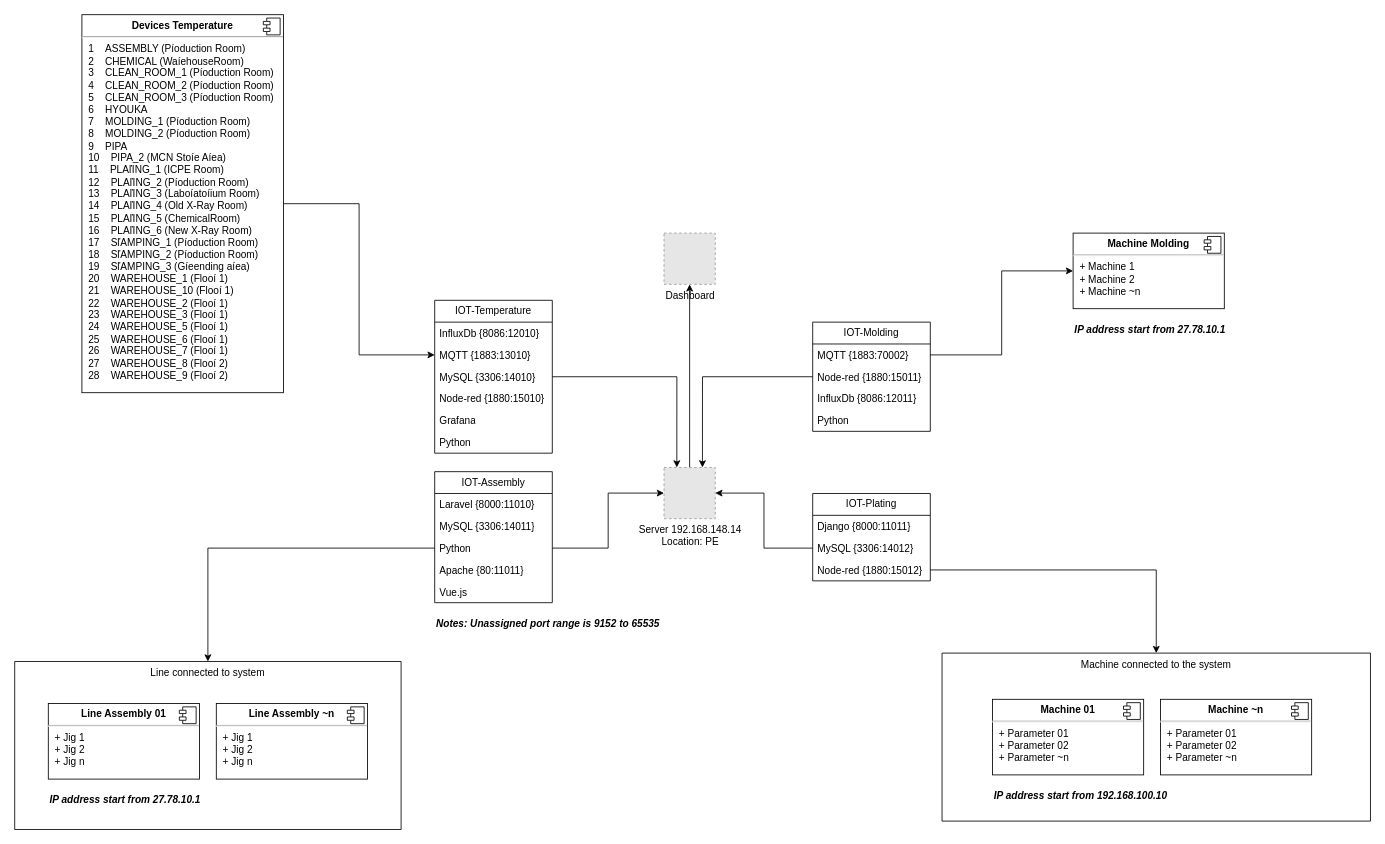
Before: structure_iot_v2.drawio in arizmuajianisan/flowchart, a draw.io diagram. Source tidied: cells renumbered, new cells numbered last; positions are measured from the earlier drawing's top-left corner, leaving out a move shared by most shapes. Both pictures are drawn from the tidied source at 84%, with x=0, y=0 at pixel (14, 14). Pictures stored in the file or linked from it are replaced by grey dashed boxes.
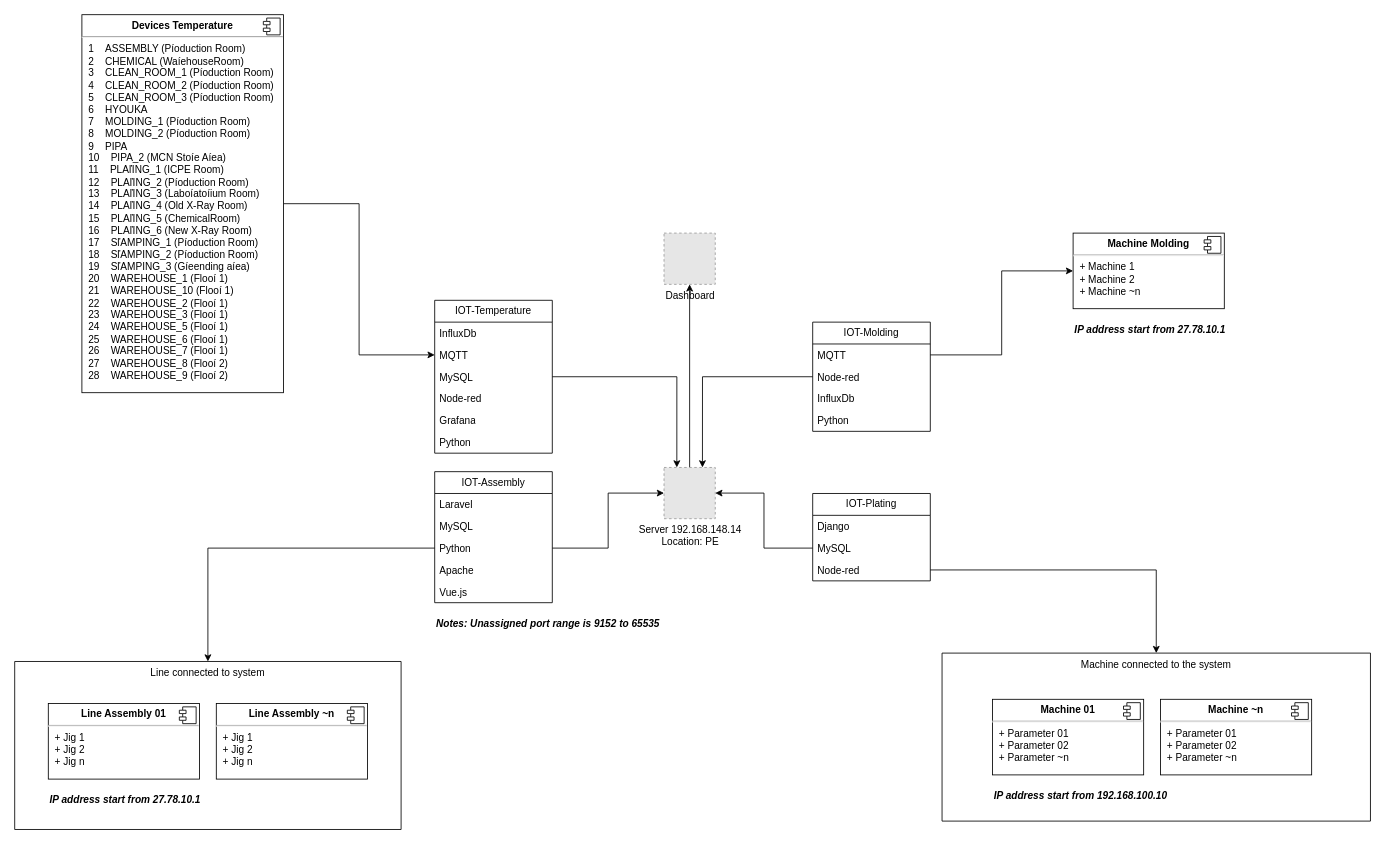
The same diagram, later.

Unchanged cells that the change refers to:
```xml
<mxCell id="2" value="IOT-Temperature" style="swimlane;fontStyle=0;horizontal=1;startSize=26;fillColor=none;whiteSpace=wrap;html=1;" parent="1" vertex="1">
  <mxGeometry x="500" y="340" width="140" height="182" as="geometry" />
</mxCell>
<mxCell id="9" value="IOT-Assembly" style="swimlane;fontStyle=0;horizontal=1;startSize=26;fillColor=none;whiteSpace=wrap;html=1;" parent="1" vertex="1">
  <mxGeometry x="500" y="544" width="140" height="156" as="geometry" />
</mxCell>
<mxCell id="15" value="IOT-Molding" style="swimlane;fontStyle=0;horizontal=1;startSize=26;fillColor=none;whiteSpace=wrap;html=1;" parent="1" vertex="1">
  <mxGeometry x="950" y="366" width="140" height="130" as="geometry" />
</mxCell>
<mxCell id="20" value="IOT-Plating" style="swimlane;fontStyle=0;horizontal=1;startSize=26;fillColor=none;whiteSpace=wrap;html=1;" parent="1" vertex="1">
  <mxGeometry x="950" y="570" width="140" height="104" as="geometry" />
</mxCell>
```

Change to the diagram source:
```diff
@@
-    <mxCell id="3" value="InfluxDb {8086:12010}" style="text;strokeColor=none;fillColor=none;align=left;verticalAlign=top;spacingLeft=4;spacingRight=4;overflow=hidden;whiteSpace=wrap;html=1;" parent="2" vertex="1">
+    <mxCell id="3" value="InfluxDb" style="text;strokeColor=none;fillColor=none;align=left;verticalAlign=top;spacingLeft=4;spacingRight=4;overflow=hidden;whiteSpace=wrap;html=1;" parent="2" vertex="1">
       <mxGeometry y="26" width="140" height="26" as="geometry" />
     </mxCell>
-    <mxCell id="4" value="MQTT {1883:13010}" style="text;strokeColor=none;fillColor=none;align=left;verticalAlign=top;spacingLeft=4;spacingRight=4;overflow=hidden;points=[[0,0.5],[1,0.5]];portConstraint=eastwest;whiteSpace=wrap;html=1;" parent="2" vertex="1">
+    <mxCell id="4" value="MQTT" style="text;strokeColor=none;fillColor=none;align=left;verticalAlign=top;spacingLeft=4;spacingRight=4;overflow=hidden;points=[[0,0.5],[1,0.5]];portConstraint=eastwest;whiteSpace=wrap;html=1;" parent="2" vertex="1">
       <mxGeometry y="52" width="140" height="26" as="geometry" />
     </mxCell>
-    <mxCell id="5" value="MySQL {3306:14010}" style="text;strokeColor=none;fillColor=none;align=left;verticalAlign=top;spacingLeft=4;spacingRight=4;overflow=hidden;points=[[0,0.5],[1,0.5]];portConstraint=eastwest;whiteSpace=wrap;html=1;" parent="2" vertex="1">
+    <mxCell id="5" value="MySQL" style="text;strokeColor=none;fillColor=none;align=left;verticalAlign=top;spacingLeft=4;spacingRight=4;overflow=hidden;points=[[0,0.5],[1,0.5]];portConstraint=eastwest;whiteSpace=wrap;html=1;" parent="2" vertex="1">
       <mxGeometry y="78" width="140" height="26" as="geometry" />
     </mxCell>
-    <mxCell id="6" value="Node-red {1880:15010}" style="text;strokeColor=none;fillColor=none;align=left;verticalAlign=top;spacingLeft=4;spacingRight=4;overflow=hidden;whiteSpace=wrap;html=1;" parent="2" vertex="1">
+    <mxCell id="6" value="Node-red" style="text;strokeColor=none;fillColor=none;align=left;verticalAlign=top;spacingLeft=4;spacingRight=4;overflow=hidden;whiteSpace=wrap;html=1;" parent="2" vertex="1">
       <mxGeometry y="104" width="140" height="26" as="geometry" />
     </mxCell>
@@
-    <mxCell id="10" value="Laravel {8000:11010}" style="text;strokeColor=none;fillColor=none;align=left;verticalAlign=top;spacingLeft=4;spacingRight=4;overflow=hidden;whiteSpace=wrap;html=1;" parent="9" vertex="1">
+    <mxCell id="10" value="Laravel" style="text;strokeColor=none;fillColor=none;align=left;verticalAlign=top;spacingLeft=4;spacingRight=4;overflow=hidden;whiteSpace=wrap;html=1;" parent="9" vertex="1">
       <mxGeometry y="26" width="140" height="26" as="geometry" />
     </mxCell>
-    <mxCell id="11" value="MySQL {3306:14011}" style="text;strokeColor=none;fillColor=none;align=left;verticalAlign=top;spacingLeft=4;spacingRight=4;overflow=hidden;whiteSpace=wrap;html=1;" parent="9" vertex="1">
+    <mxCell id="11" value="MySQL" style="text;strokeColor=none;fillColor=none;align=left;verticalAlign=top;spacingLeft=4;spacingRight=4;overflow=hidden;whiteSpace=wrap;html=1;" parent="9" vertex="1">
       <mxGeometry y="52" width="140" height="26" as="geometry" />
     </mxCell>
@@
-    <mxCell id="13" value="Apache {80:11011}" style="text;strokeColor=none;fillColor=none;align=left;verticalAlign=top;spacingLeft=4;spacingRight=4;overflow=hidden;whiteSpace=wrap;html=1;" parent="9" vertex="1">
+    <mxCell id="13" value="Apache" style="text;strokeColor=none;fillColor=none;align=left;verticalAlign=top;spacingLeft=4;spacingRight=4;overflow=hidden;whiteSpace=wrap;html=1;" parent="9" vertex="1">
       <mxGeometry y="104" width="140" height="26" as="geometry" />
     </mxCell>
@@
-    <mxCell id="16" value="MQTT {1883:70002}" style="text;strokeColor=none;fillColor=none;align=left;verticalAlign=top;spacingLeft=4;spacingRight=4;overflow=hidden;points=[[0,0.5],[1,0.5]];portConstraint=eastwest;whiteSpace=wrap;html=1;" parent="15" vertex="1">
+    <mxCell id="16" value="MQTT" style="text;strokeColor=none;fillColor=none;align=left;verticalAlign=top;spacingLeft=4;spacingRight=4;overflow=hidden;points=[[0,0.5],[1,0.5]];portConstraint=eastwest;whiteSpace=wrap;html=1;" parent="15" vertex="1">
       <mxGeometry y="26" width="140" height="26" as="geometry" />
     </mxCell>
-    <mxCell id="17" value="Node-red {1880:15011}" style="text;strokeColor=none;fillColor=none;align=left;verticalAlign=top;spacingLeft=4;spacingRight=4;overflow=hidden;points=[[0,0.5],[1,0.5]];portConstraint=eastwest;whiteSpace=wrap;html=1;" parent="15" vertex="1">
+    <mxCell id="17" value="Node-red" style="text;strokeColor=none;fillColor=none;align=left;verticalAlign=top;spacingLeft=4;spacingRight=4;overflow=hidden;points=[[0,0.5],[1,0.5]];portConstraint=eastwest;whiteSpace=wrap;html=1;" parent="15" vertex="1">
       <mxGeometry y="52" width="140" height="26" as="geometry" />
     </mxCell>
-    <mxCell id="18" value="InfluxDb {8086:12011}" style="text;strokeColor=none;fillColor=none;align=left;verticalAlign=top;spacingLeft=4;spacingRight=4;overflow=hidden;whiteSpace=wrap;html=1;" parent="15" vertex="1">
+    <mxCell id="18" value="InfluxDb" style="text;strokeColor=none;fillColor=none;align=left;verticalAlign=top;spacingLeft=4;spacingRight=4;overflow=hidden;whiteSpace=wrap;html=1;" parent="15" vertex="1">
       <mxGeometry y="78" width="140" height="26" as="geometry" />
     </mxCell>
@@
-    <mxCell id="21" value="Django {8000:11011}" style="text;strokeColor=none;fillColor=none;align=left;verticalAlign=top;spacingLeft=4;spacingRight=4;overflow=hidden;whiteSpace=wrap;html=1;" parent="20" vertex="1">
+    <mxCell id="21" value="Django" style="text;strokeColor=none;fillColor=none;align=left;verticalAlign=top;spacingLeft=4;spacingRight=4;overflow=hidden;whiteSpace=wrap;html=1;" parent="20" vertex="1">
       <mxGeometry y="26" width="140" height="26" as="geometry" />
     </mxCell>
-    <mxCell id="22" value="MySQL {3306:14012}" style="text;strokeColor=none;fillColor=none;align=left;verticalAlign=top;spacingLeft=4;spacingRight=4;overflow=hidden;points=[[0,0.5],[1,0.5]];portConstraint=eastwest;whiteSpace=wrap;html=1;" parent="20" vertex="1">
+    <mxCell id="22" value="MySQL" style="text;strokeColor=none;fillColor=none;align=left;verticalAlign=top;spacingLeft=4;spacingRight=4;overflow=hidden;points=[[0,0.5],[1,0.5]];portConstraint=eastwest;whiteSpace=wrap;html=1;" parent="20" vertex="1">
       <mxGeometry y="52" width="140" height="26" as="geometry" />
     </mxCell>
-    <mxCell id="23" value="Node-red {1880:15012}" style="text;strokeColor=none;fillColor=none;align=left;verticalAlign=top;spacingLeft=4;spacingRight=4;overflow=hidden;points=[[0,0.5],[1,0.5]];portConstraint=eastwest;whiteSpace=wrap;html=1;" parent="20" vertex="1">
+    <mxCell id="23" value="Node-red" style="text;strokeColor=none;fillColor=none;align=left;verticalAlign=top;spacingLeft=4;spacingRight=4;overflow=hidden;points=[[0,0.5],[1,0.5]];portConstraint=eastwest;whiteSpace=wrap;html=1;" parent="20" vertex="1">
       <mxGeometry y="78" width="140" height="26" as="geometry" />
     </mxCell>
```
